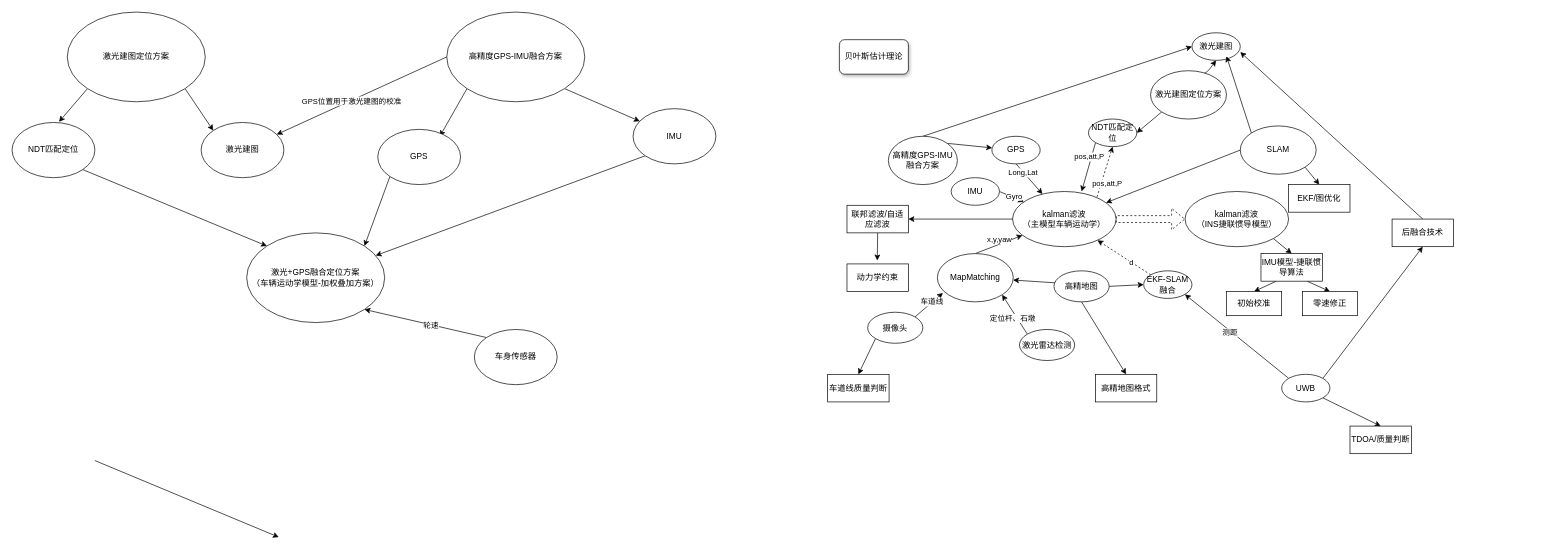
Earlier version of the draw.io diagram 定位方向发展.drawio (cyzhang100/tianxian). Source tidied: cells renumbered, new cells numbered last; positions are measured from the earlier drawing's top-left corner, leaving out a move shared by most shapes. Both pictures are drawn from the tidied source at 69%, with x=0, y=0 at pixel (12, 12).
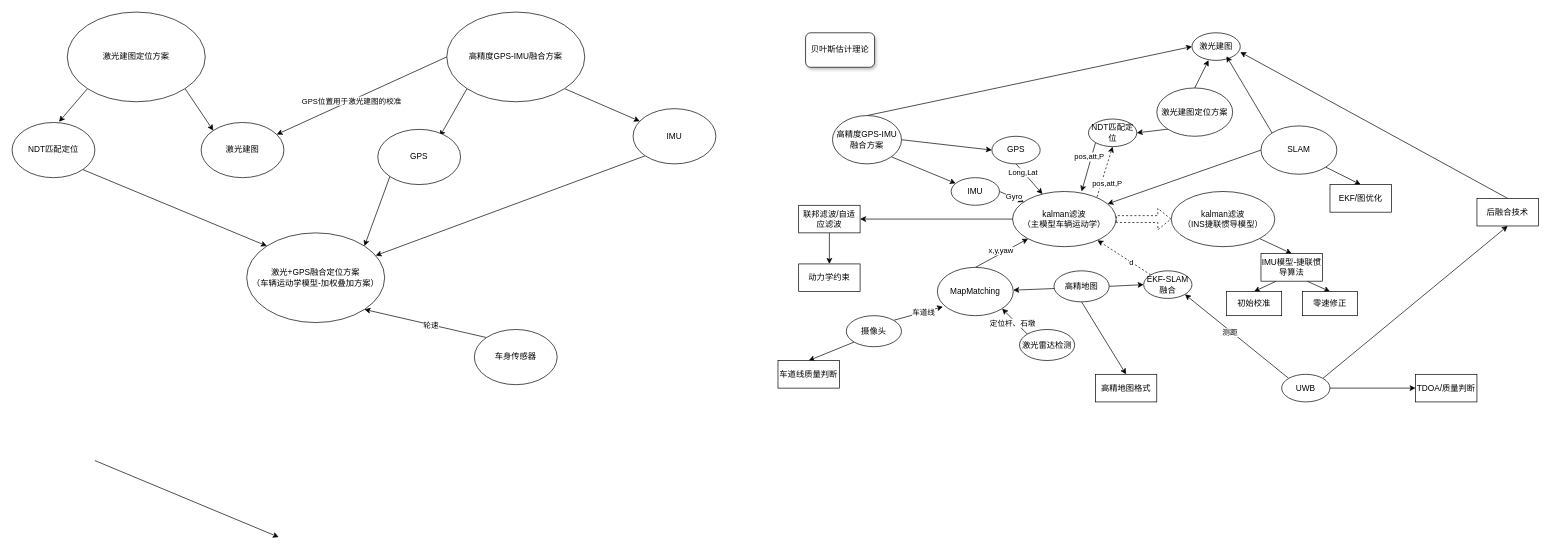
After the change.

Commit message:
Update 定位方向发展.drawio

The change refers to these unchanged cells:
```xml
<mxCell id="24" value="GPS" style="ellipse;whiteSpace=wrap;html=1;" parent="1" vertex="1">
  <mxGeometry x="1420" y="180" width="70" height="40" as="geometry" />
</mxCell>
<mxCell id="54" value="激光建图" style="ellipse;whiteSpace=wrap;html=1;" parent="1" vertex="1">
  <mxGeometry x="1710" y="30" width="70" height="40" as="geometry" />
</mxCell>
<mxCell id="62" value="UWB" style="ellipse;whiteSpace=wrap;html=1;" parent="1" vertex="1">
  <mxGeometry x="1840" y="525" width="70" height="40" as="geometry" />
</mxCell>
<mxCell id="73" value="IMU" style="ellipse;whiteSpace=wrap;html=1;" parent="1" vertex="1">
  <mxGeometry x="1361" y="240" width="70" height="40" as="geometry" />
</mxCell>
```

Diff of the diagram source:
```diff
@@
+    <mxCell id="28" style="edgeStyle=none;jettySize=auto;html=1;exitX=0.5;exitY=0;exitDx=0;exitDy=0;entryX=0;entryY=0.5;entryDx=0;entryDy=0;" parent="1" edge="1" source="29" target="54">
+      <mxGeometry relative="1" as="geometry" />
+    </mxCell>
-    <mxCell id="27" style="edgeStyle=none;jettySize=auto;html=1;exitX=1;exitY=0;exitDx=0;exitDy=0;" parent="1" edge="1" source="29" target="24">
+    <mxCell id="27" style="edgeStyle=none;rounded=0;jettySize=auto;html=1;exitX=1;exitY=0.5;exitDx=0;exitDy=0;entryX=0;entryY=0.5;entryDx=0;entryDy=0;" parent="1" edge="1" source="29" target="24">
       <mxGeometry relative="1" as="geometry" />
     </mxCell>
-    <mxCell id="28" style="edgeStyle=none;jettySize=auto;html=1;exitX=0.5;exitY=0;exitDx=0;exitDy=0;entryX=0;entryY=0.5;entryDx=0;entryDy=0;" parent="1" edge="1" source="29" target="54">
-      <mxGeometry relative="1" as="geometry" />
-    </mxCell>
+    <mxCell id="86" style="edgeStyle=none;rounded=0;jettySize=auto;html=1;exitX=1;exitY=1;exitDx=0;exitDy=0;" parent="1" edge="1" source="29" target="73">
+      <mxGeometry relative="1" as="geometry" />
+    </mxCell>
     <mxCell id="29" value="高精度GPS-IMU融合方案" style="ellipse;whiteSpace=wrap;html=1;" parent="1" vertex="1">
-      <mxGeometry x="1270" y="180" width="100" height="70" as="geometry" />
+      <mxGeometry x="1189" y="150" width="100" height="70" as="geometry" />
     </mxCell>
@@
     <mxCell id="38" value="摄像头" style="ellipse;whiteSpace=wrap;html=1;" parent="1" vertex="1">
-      <mxGeometry x="1240" y="435" width="80" height="45" as="geometry" />
+      <mxGeometry x="1209" y="440" width="80" height="45" as="geometry" />
     </mxCell>
@@
     <mxCell id="41" value="MapMatching" style="ellipse;whiteSpace=wrap;html=1;" parent="1" vertex="1">
-      <mxGeometry x="1341" y="350" width="110" height="70" as="geometry" />
+      <mxGeometry x="1341" y="370" width="110" height="70" as="geometry" />
     </mxCell>
@@
     <mxCell id="50" value="kalman滤波&lt;br&gt;（INS捷联惯导模型）" style="ellipse;whiteSpace=wrap;html=1;" parent="1" vertex="1">
-      <mxGeometry x="1700" y="260" width="150" height="80" as="geometry" />
+      <mxGeometry x="1680" y="260" width="150" height="80" as="geometry" />
     </mxCell>
@@
-    <mxCell id="52" style="edgeStyle=none;jettySize=auto;html=1;exitX=0;exitY=0;exitDx=0;exitDy=0;entryX=0.5;entryY=1;entryDx=0;entryDy=0;" parent="1" edge="1" source="53" target="54">
-      <mxGeometry relative="1" as="geometry">
-        <Array as="points">
-          <mxPoint x="1730" y="90" />
-        </Array>
-      </mxGeometry>
+    <mxCell id="52" style="rounded=0;jettySize=auto;html=1;exitX=0.5;exitY=0;exitDx=0;exitDy=0;entryX=0.343;entryY=0.993;entryDx=0;entryDy=0;entryPerimeter=0;" parent="1" edge="1" source="53" target="54">
+      <mxGeometry relative="1" as="geometry" />
     </mxCell>
     <mxCell id="53" value="激光建图定位方案" style="ellipse;whiteSpace=wrap;html=1;" parent="1" vertex="1">
-      <mxGeometry x="1650" y="85" width="110" height="70" as="geometry" />
+      <mxGeometry x="1659" y="110" width="110" height="70" as="geometry" />
     </mxCell>
@@
+    <mxCell id="61" style="edgeStyle=none;jettySize=auto;html=1;exitX=1;exitY=0;exitDx=0;exitDy=0;entryX=0.5;entryY=1;entryDx=0;entryDy=0;" parent="1" edge="1" source="62" target="79">
+      <mxGeometry relative="1" as="geometry" />
+    </mxCell>
-    <mxCell id="60" style="edgeStyle=none;jettySize=auto;html=1;exitX=1;exitY=1;exitDx=0;exitDy=0;entryX=0.5;entryY=0;entryDx=0;entryDy=0;" parent="1" edge="1" source="62" target="76">
+    <mxCell id="60" style="edgeStyle=none;rounded=0;jettySize=auto;html=1;exitX=1;exitY=0.5;exitDx=0;exitDy=0;entryX=0;entryY=0.5;entryDx=0;entryDy=0;" parent="1" edge="1" source="62" target="76">
       <mxGeometry relative="1" as="geometry" />
     </mxCell>
-    <mxCell id="61" style="edgeStyle=none;jettySize=auto;html=1;exitX=1;exitY=0;exitDx=0;exitDy=0;entryX=0.5;entryY=1;entryDx=0;entryDy=0;" parent="1" edge="1" source="62" target="79">
-      <mxGeometry relative="1" as="geometry" />
-    </mxCell>
@@
     <mxCell id="69" value="SLAM" style="ellipse;whiteSpace=wrap;html=1;" parent="1" vertex="1">
-      <mxGeometry x="1780" y="165" width="110" height="70" as="geometry" />
+      <mxGeometry x="1810" y="165" width="110" height="70" as="geometry" />
     </mxCell>
@@
     <mxCell id="75" value="车道线质量判断" style="rounded=0;whiteSpace=wrap;html=1;" parent="1" vertex="1">
-      <mxGeometry x="1182" y="525" width="89" height="40" as="geometry" />
+      <mxGeometry x="1110" y="505" width="89" height="40" as="geometry" />
     </mxCell>
     <mxCell id="76" value="TDOA/质量判断" style="rounded=0;whiteSpace=wrap;html=1;" parent="1" vertex="1">
-      <mxGeometry x="1939" y="600" width="89" height="40" as="geometry" />
+      <mxGeometry x="2034" y="525" width="89" height="40" as="geometry" />
     </mxCell>
     <mxCell id="77" value="EKF/图优化" style="rounded=0;whiteSpace=wrap;html=1;" parent="1" vertex="1">
-      <mxGeometry x="1850" y="250" width="89" height="40" as="geometry" />
+      <mxGeometry x="1910" y="250" width="89" height="40" as="geometry" />
     </mxCell>
@@
     <mxCell id="79" value="后融合技术" style="rounded=0;whiteSpace=wrap;html=1;" parent="1" vertex="1">
-      <mxGeometry x="2000" y="300" width="89" height="40" as="geometry" />
+      <mxGeometry x="2123" y="270" width="89" height="40" as="geometry" />
     </mxCell>
-    <mxCell id="80" style="edgeStyle=none;jettySize=auto;html=1;exitX=0.5;exitY=1;exitDx=0;exitDy=0;" parent="1" edge="1" source="81">
-      <mxGeometry relative="1" as="geometry">
-        <mxPoint x="1253.9" y="360" as="targetPoint" />
-      </mxGeometry>
-    </mxCell>
+    <mxCell id="87" style="edgeStyle=orthogonalEdgeStyle;rounded=0;jettySize=auto;html=1;exitX=0.5;exitY=1;exitDx=0;exitDy=0;entryX=0.5;entryY=0;entryDx=0;entryDy=0;" parent="1" edge="1" source="81" target="82">
+      <mxGeometry relative="1" as="geometry" />
+    </mxCell>
     <mxCell id="81" value="联邦滤波/自适应滤波" style="rounded=0;whiteSpace=wrap;html=1;" parent="1" vertex="1">
-      <mxGeometry x="1210" y="280" width="89" height="40" as="geometry" />
+      <mxGeometry x="1140" y="280" width="89" height="40" as="geometry" />
     </mxCell>
     <mxCell id="82" value="动力学约束" style="rounded=0;whiteSpace=wrap;html=1;" parent="1" vertex="1">
-      <mxGeometry x="1210" y="365" width="89" height="40" as="geometry" />
+      <mxGeometry x="1140" y="365" width="89" height="40" as="geometry" />
     </mxCell>
@@
     <mxCell id="85" value="贝叶斯估计理论" style="rounded=1;whiteSpace=wrap;html=1;shadow=1;" parent="1" vertex="1">
-      <mxGeometry x="1199" y="40" width="100" height="50" as="geometry" />
+      <mxGeometry x="1150" y="30" width="100" height="50" as="geometry" />
     </mxCell>
```
